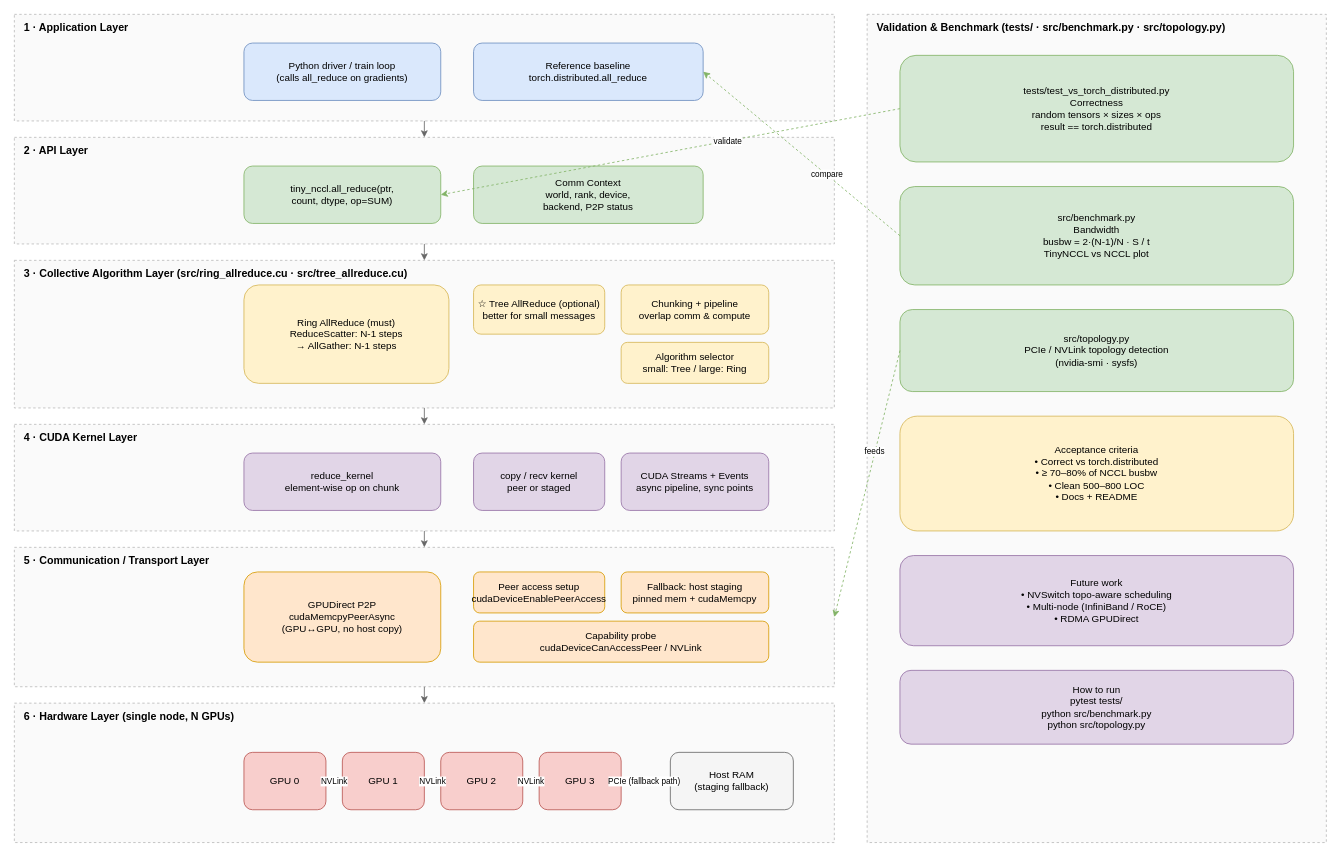
BV003/TinyNCCL keeps this draw.io diagram as system-design/high-level-design.drawio. Above is the earlier version. Source tidied: cells renumbered, new cells numbered last; positions are measured from the earlier drawing's top-left corner, leaving out a move shared by most shapes. Both pictures are drawn from the tidied source at 82%, with x=0, y=0 at pixel (14, 14).
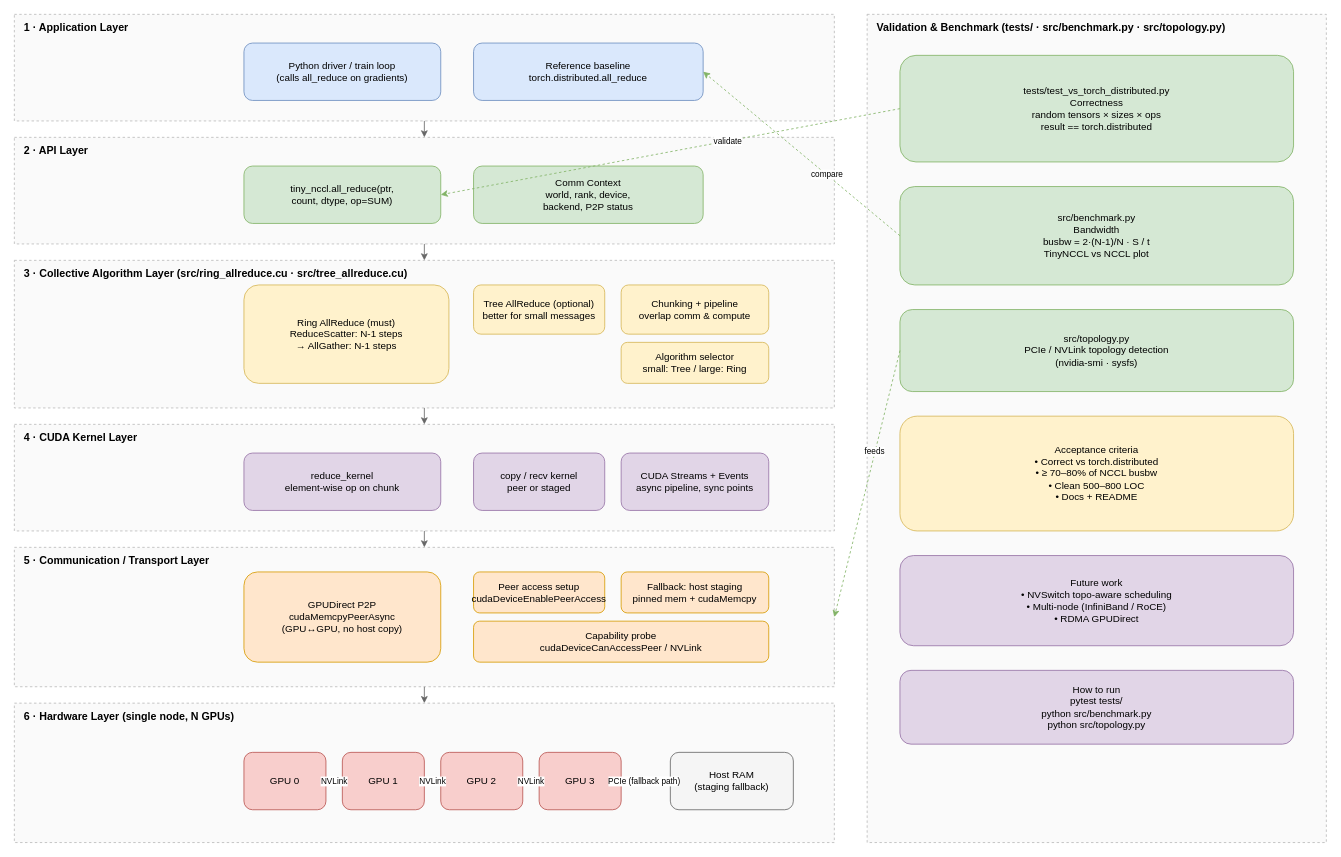
After the change.

Unchanged cells that the change refers to:
```xml
<mxCell id="10" style="rounded=0;whiteSpace=wrap;html=1;verticalAlign=top;fillColor=#fafafa;strokeColor=#bbbbbb;dashed=1;" parent="1" vertex="1">
  <mxGeometry y="300" width="1000" height="180" as="geometry" />
</mxCell>
```

What changed in the source:
```diff
@@
-    <mxCell id="13" value="☆ Tree AllReduce (optional)&lt;br&gt;better for small messages" style="rounded=1;whiteSpace=wrap;html=1;fillColor=#fff2cc;strokeColor=#d6b656;verticalAlign=middle;align=center;fontSize=12;" parent="10" vertex="1">
+    <mxCell id="13" value="Tree AllReduce (optional)&lt;br&gt;better for small messages" style="rounded=1;whiteSpace=wrap;html=1;fillColor=#fff2cc;strokeColor=#d6b656;verticalAlign=middle;align=center;fontSize=12;" parent="10" vertex="1">
       <mxGeometry x="560" y="30" width="160" height="60" as="geometry" />
     </mxCell>
```
